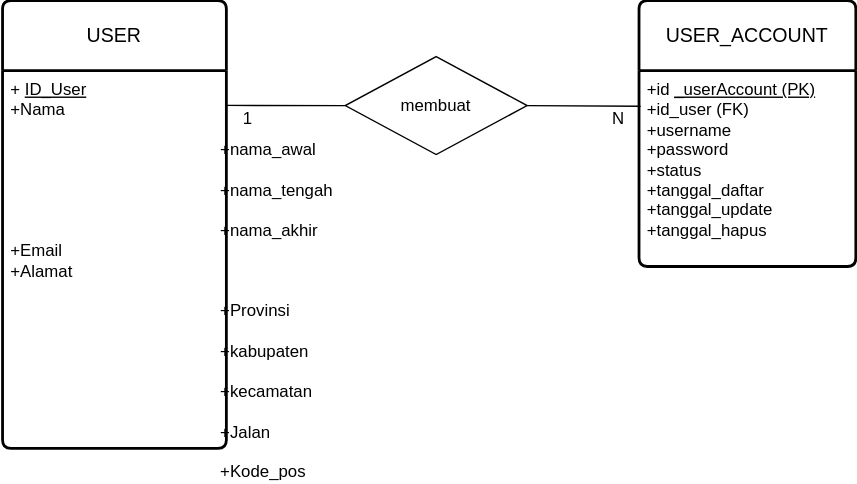
This is docs/UserAccount.drawio.svg from ardiansyah-sweng/duweet, a draw.io export, as it was before one commit. Source tidied: cells renumbered, new cells last; positions are measured from the earlier drawing's top-left corner, leaving out a move shared by most shapes.
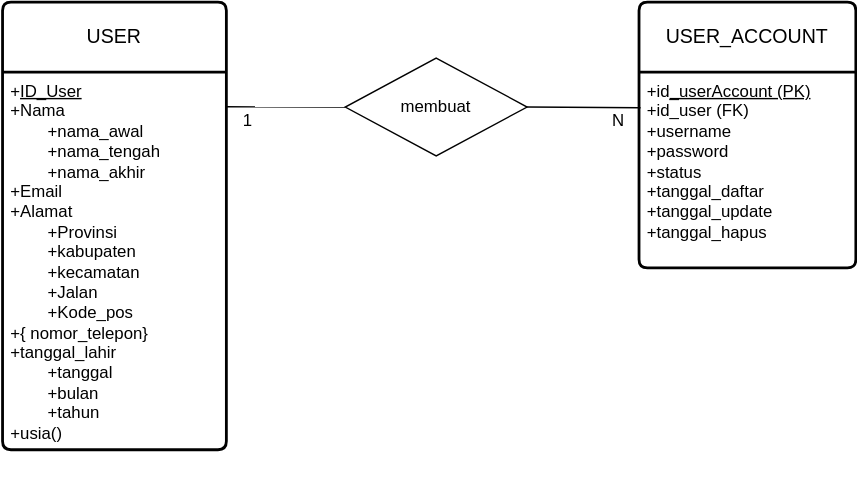
Later version of the same file.

Commit message:
Tambah versi baru UserAccount.drawio.svg

What changed in the source:
```diff
@@ -5,8 +5,10 @@
     <mxCell id="2" value="membuat" style="rhombus;whiteSpace=wrap;html=1;" parent="1" vertex="1">
       <mxGeometry x="245" y="40" width="130" height="70" as="geometry" />
     </mxCell>
-    <mxCell id="3" style="html=1;exitX=0.998;exitY=0.092;exitDx=0;exitDy=0;entryX=0;entryY=0.5;entryDx=0;entryDy=0;endArrow=none;endFill=0;exitPerimeter=0;" parent="1" edge="1" source="12" target="2">
-      <mxGeometry relative="1" as="geometry" />
+    <mxCell id="3" style="html=1;exitX=0.998;exitY=0.092;exitDx=0;exitDy=0;entryX=0;entryY=0.5;entryDx=0;entryDy=0;endArrow=none;endFill=0;exitPerimeter=0;" parent="1" edge="1" target="2">
+      <mxGeometry relative="1" as="geometry">
+        <mxPoint x="159.7" y="74.8" as="sourcePoint" />
+      </mxGeometry>
     </mxCell>
     <mxCell id="4" style="edgeStyle=none;html=1;exitX=0.007;exitY=0.182;exitDx=0;exitDy=0;entryX=1;entryY=0.5;entryDx=0;entryDy=0;endArrow=none;endFill=0;exitPerimeter=0;" parent="1" edge="1" source="9" target="2">
       <mxGeometry relative="1" as="geometry" />
```
